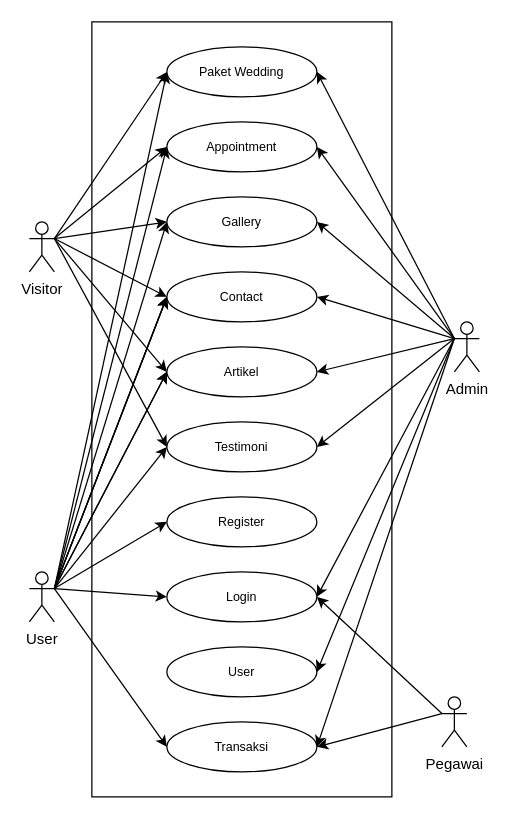
wepro-v/asset keeps this draw.io diagram as diagram/usecase/Use Case Keseluruhan.drawio. Above is the earlier version. Source tidied: cells renumbered, new cells numbered last; positions are measured from the earlier drawing's top-left corner, leaving out a move shared by most shapes. Both pictures are drawn from the tidied source at 125%, with x=0, y=0 at pixel (29, 21).
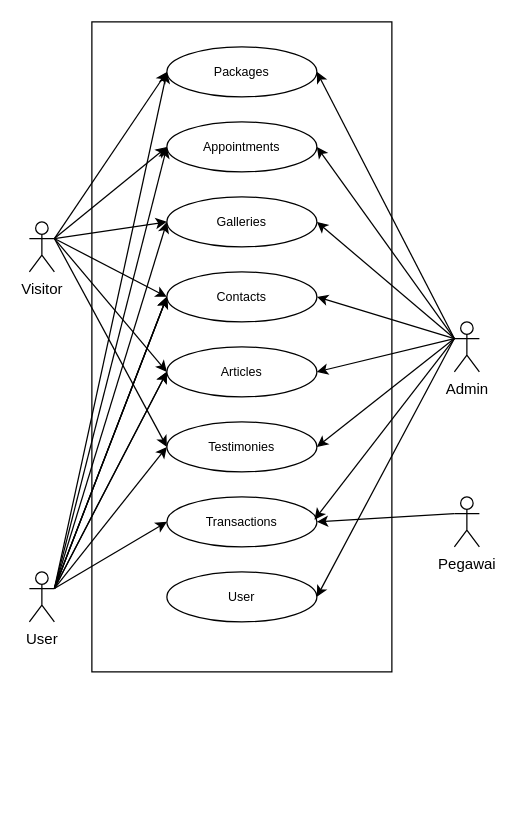
The same page after the edit.

The change refers to these unchanged cells:
```xml
<mxCell id="3" value="User" style="shape=umlActor;verticalLabelPosition=bottom;verticalAlign=top;html=1;" parent="1" vertex="1">
  <mxGeometry y="440" width="20" height="40" as="geometry" />
</mxCell>
<mxCell id="20" value="Admin" style="shape=umlActor;verticalLabelPosition=bottom;verticalAlign=top;html=1;" parent="1" vertex="1">
  <mxGeometry x="340" y="240" width="20" height="40" as="geometry" />
</mxCell>
```

Change to the diagram source:
```diff
@@
     <mxCell id="2" style="rounded=0;whiteSpace=wrap;html=1;" parent="1" vertex="1">
-      <mxGeometry x="50" width="240" height="620" as="geometry" />
+      <mxGeometry x="50" width="240" height="520" as="geometry" />
     </mxCell>
@@
-    <mxCell id="4" value="&lt;font style=&quot;font-size: 10px;&quot;&gt;Paket Wedding&lt;/font&gt;" style="ellipse;whiteSpace=wrap;html=1;" parent="1" vertex="1">
+    <mxCell id="4" value="&lt;font style=&quot;font-size: 10px;&quot;&gt;Packages&lt;/font&gt;" style="ellipse;whiteSpace=wrap;html=1;" parent="1" vertex="1">
       <mxGeometry x="110" y="20" width="120" height="40" as="geometry" />
     </mxCell>
-    <mxCell id="5" value="&lt;font style=&quot;font-size: 10px;&quot;&gt;Appointment&lt;/font&gt;" style="ellipse;whiteSpace=wrap;html=1;" parent="1" vertex="1">
+    <mxCell id="5" value="&lt;font style=&quot;font-size: 10px;&quot;&gt;Appointments&lt;/font&gt;" style="ellipse;whiteSpace=wrap;html=1;" parent="1" vertex="1">
       <mxGeometry x="110" y="80" width="120" height="40" as="geometry" />
     </mxCell>
-    <mxCell id="6" value="&lt;font style=&quot;font-size: 10px;&quot;&gt;Gallery&lt;/font&gt;" style="ellipse;whiteSpace=wrap;html=1;" parent="1" vertex="1">
+    <mxCell id="6" value="&lt;font style=&quot;font-size: 10px;&quot;&gt;Galleries&lt;/font&gt;" style="ellipse;whiteSpace=wrap;html=1;" parent="1" vertex="1">
       <mxGeometry x="110" y="140" width="120" height="40" as="geometry" />
     </mxCell>
-    <mxCell id="7" value="&lt;font style=&quot;font-size: 10px;&quot;&gt;Login&lt;/font&gt;" style="ellipse;whiteSpace=wrap;html=1;" parent="1" vertex="1">
-      <mxGeometry x="110" y="440" width="120" height="40" as="geometry" />
-    </mxCell>
-    <mxCell id="8" value="&lt;font style=&quot;font-size: 10px;&quot;&gt;Contact&lt;/font&gt;" style="ellipse;whiteSpace=wrap;html=1;" parent="1" vertex="1">
+    <mxCell id="8" value="&lt;font style=&quot;font-size: 10px;&quot;&gt;Contacts&lt;/font&gt;" style="ellipse;whiteSpace=wrap;html=1;" parent="1" vertex="1">
       <mxGeometry x="110" y="200" width="120" height="40" as="geometry" />
     </mxCell>
-    <mxCell id="9" value="&lt;font style=&quot;font-size: 10px;&quot;&gt;Testimoni&lt;/font&gt;" style="ellipse;whiteSpace=wrap;html=1;" parent="1" vertex="1">
+    <mxCell id="9" value="&lt;font style=&quot;font-size: 10px;&quot;&gt;Testimonies&lt;/font&gt;" style="ellipse;whiteSpace=wrap;html=1;" parent="1" vertex="1">
       <mxGeometry x="110" y="320" width="120" height="40" as="geometry" />
     </mxCell>
-    <mxCell id="10" value="&lt;font style=&quot;font-size: 10px;&quot;&gt;Register&lt;/font&gt;" style="ellipse;whiteSpace=wrap;html=1;" parent="1" vertex="1">
-      <mxGeometry x="110" y="380" width="120" height="40" as="geometry" />
-    </mxCell>
@@
-    <mxCell id="17" value="&lt;font style=&quot;font-size: 10px;&quot;&gt;Artikel&lt;/font&gt;" style="ellipse;whiteSpace=wrap;html=1;" parent="1" vertex="1">
+    <mxCell id="17" value="&lt;font style=&quot;font-size: 10px;&quot;&gt;Articles&lt;/font&gt;" style="ellipse;whiteSpace=wrap;html=1;" parent="1" vertex="1">
       <mxGeometry x="110" y="260" width="120" height="40" as="geometry" />
     </mxCell>
@@
-    <mxCell id="19" value="&lt;font style=&quot;font-size: 10px;&quot;&gt;Transaksi&lt;/font&gt;" style="ellipse;whiteSpace=wrap;html=1;" parent="1" vertex="1">
-      <mxGeometry x="110" y="560" width="120" height="40" as="geometry" />
+    <mxCell id="19" value="&lt;font style=&quot;font-size: 10px;&quot;&gt;Transactions&lt;/font&gt;" style="ellipse;whiteSpace=wrap;html=1;" parent="1" vertex="1">
+      <mxGeometry x="110" y="380" width="120" height="40" as="geometry" />
     </mxCell>
@@
-    <mxCell id="21" style="endArrow=classic;html=1;rounded=0;entryX=0;entryY=0.5;entryDx=0;entryDy=0;exitX=1;exitY=0.3333333333333333;exitDx=0;exitDy=0;exitPerimeter=0;" parent="1" edge="1" source="3" target="7">
-      <mxGeometry relative="1" as="geometry" />
-    </mxCell>
@@
-    <mxCell id="38" style="endArrow=classic;html=1;rounded=0;entryX=1;entryY=0.5;entryDx=0;entryDy=0;exitX=0;exitY=0.3333333333333333;exitDx=0;exitDy=0;exitPerimeter=0;" parent="1" edge="1" source="20" target="7">
-      <mxGeometry relative="1" as="geometry" />
-    </mxCell>
-    <mxCell id="39" style="endArrow=classic;html=1;rounded=0;entryX=1;entryY=0.5;entryDx=0;entryDy=0;exitX=0;exitY=0.3333333333333333;exitDx=0;exitDy=0;exitPerimeter=0;" parent="1" edge="1" source="20" target="19">
+    <mxCell id="39" style="endArrow=classic;html=1;rounded=0;entryX=0.984;entryY=0.456;entryDx=0;entryDy=0;exitX=0;exitY=0.3333333333333333;exitDx=0;exitDy=0;exitPerimeter=0;entryPerimeter=0;" parent="1" edge="1" source="20" target="19">
       <mxGeometry relative="1" as="geometry" />
     </mxCell>
     <mxCell id="40" value="&lt;font style=&quot;font-size: 10px;&quot;&gt;User&lt;/font&gt;" style="ellipse;whiteSpace=wrap;html=1;" parent="1" vertex="1">
-      <mxGeometry x="110" y="500" width="120" height="40" as="geometry" />
+      <mxGeometry x="110" y="440" width="120" height="40" as="geometry" />
     </mxCell>
-    <mxCell id="41" style="endArrow=classic;html=1;rounded=0;exitX=1;exitY=0.3333333333333333;exitDx=0;exitDy=0;exitPerimeter=0;entryX=0;entryY=0.5;entryDx=0;entryDy=0;" parent="1" edge="1" source="3" target="10">
-      <mxGeometry relative="1" as="geometry" />
-    </mxCell>
@@
     <mxCell id="43" value="Pegawai" style="shape=umlActor;verticalLabelPosition=bottom;verticalAlign=top;html=1;" parent="1" vertex="1">
-      <mxGeometry x="330" y="540" width="20" height="40" as="geometry" />
+      <mxGeometry x="340" y="380" width="20" height="40" as="geometry" />
     </mxCell>
-    <mxCell id="44" style="endArrow=classic;html=1;rounded=0;exitX=0;exitY=0.3333333333333333;exitDx=0;exitDy=0;exitPerimeter=0;" parent="1" edge="1" source="43">
-      <mxGeometry relative="1" as="geometry">
-        <mxPoint x="230" y="580" as="targetPoint" />
-      </mxGeometry>
+    <mxCell id="44" style="endArrow=classic;html=1;rounded=0;exitX=0;exitY=0.3333333333333333;exitDx=0;exitDy=0;exitPerimeter=0;entryX=1;entryY=0.5;entryDx=0;entryDy=0;" parent="1" edge="1" source="43" target="19">
+      <mxGeometry relative="1" as="geometry" />
     </mxCell>
-    <mxCell id="45" style="endArrow=classic;html=1;rounded=0;exitX=0;exitY=0.3333333333333333;exitDx=0;exitDy=0;exitPerimeter=0;entryX=1;entryY=0.5;entryDx=0;entryDy=0;" parent="1" edge="1" source="43" target="7">
-      <mxGeometry relative="1" as="geometry" />
-    </mxCell>
```
